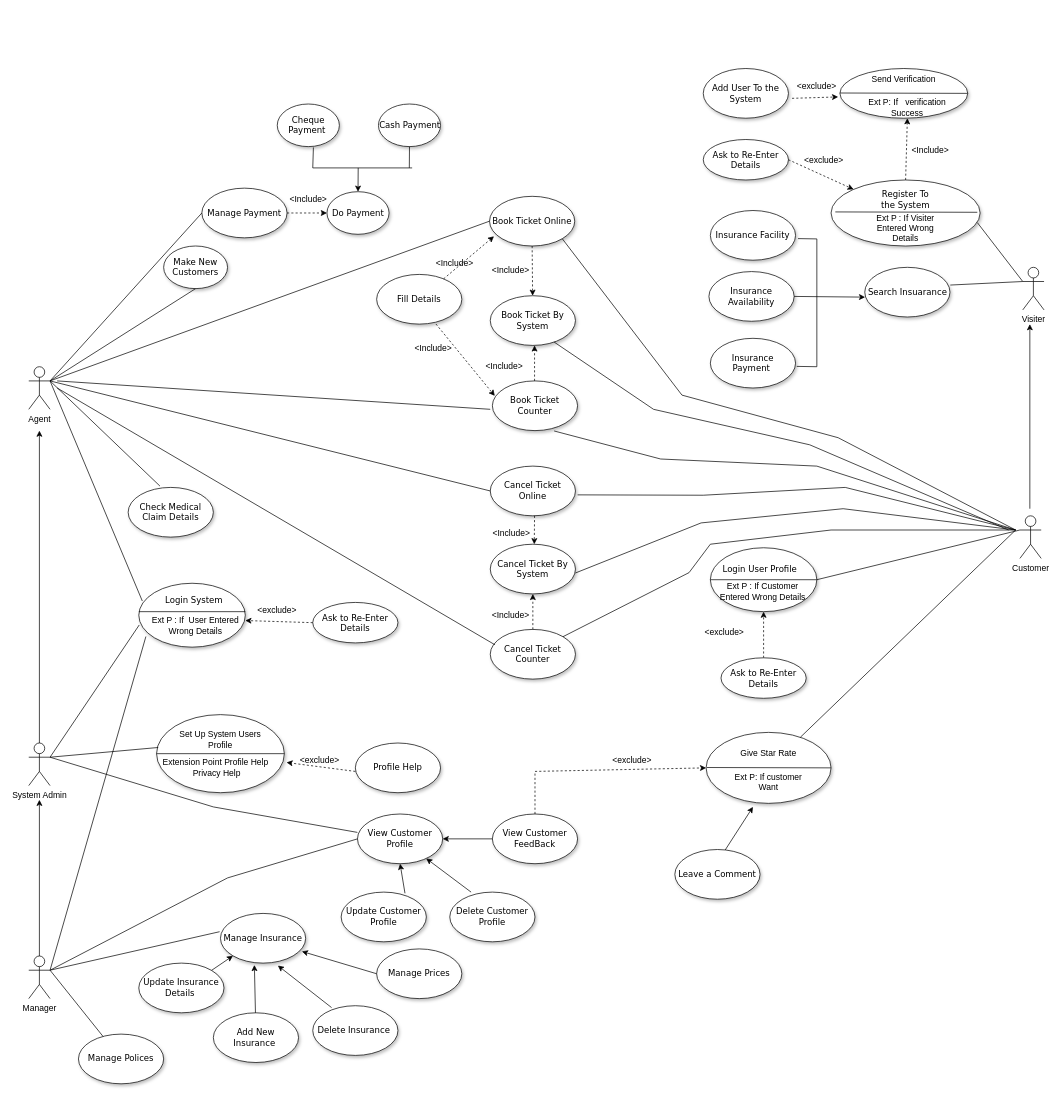
Before: Untitled Diagram.drawio in rivinduchamath/Helth-Insurance-, a draw.io diagram. Source tidied: cells renumbered, new cells numbered last; positions are measured from the earlier drawing's top-left corner, leaving out a move shared by most shapes. Both pictures are drawn from the tidied source at 71%, with x=0, y=0 at pixel (28, 68).
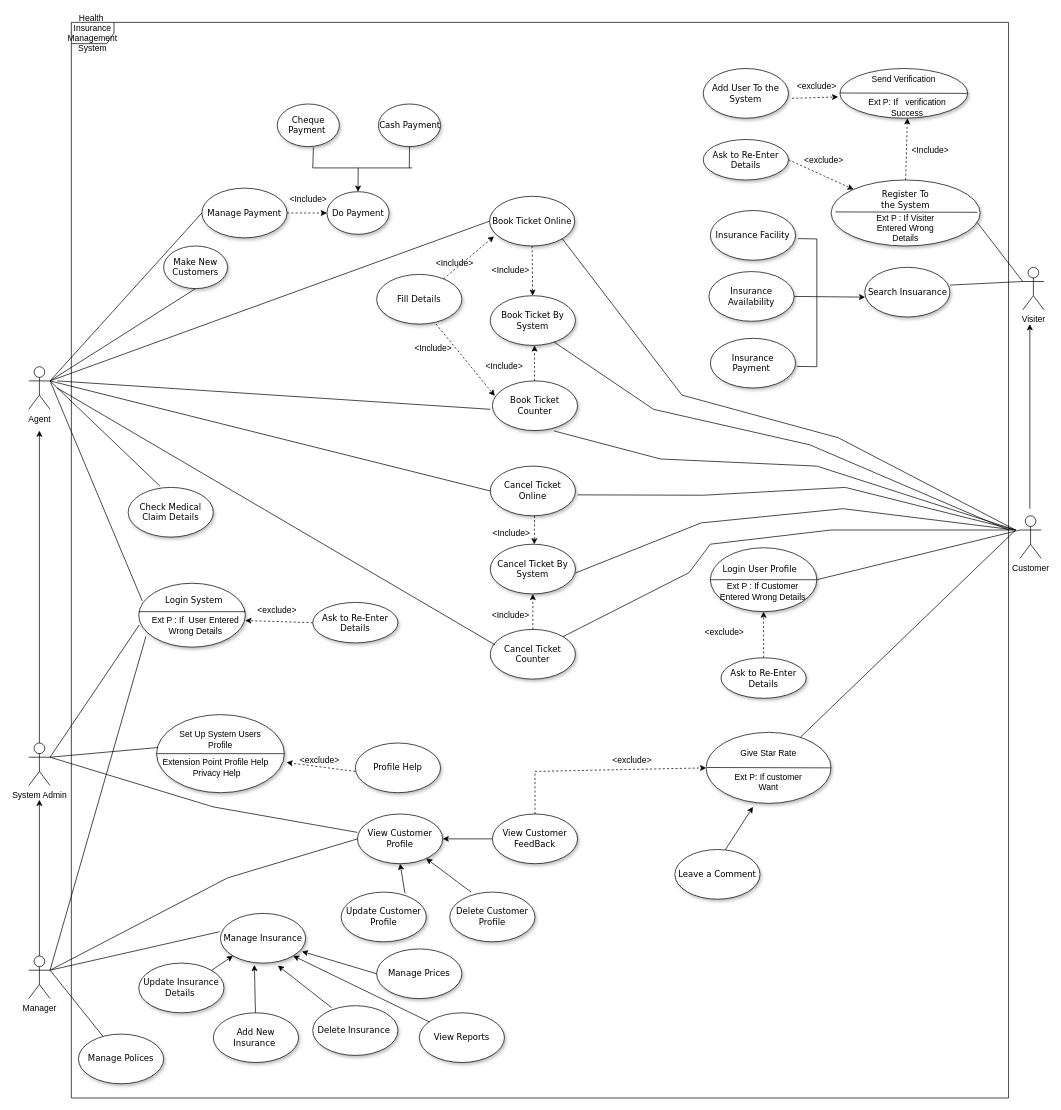
Above is the later version.

The change refers to these unchanged cells:
```xml
<mxCell id="79" value="Manage Insurance" style="ellipse;whiteSpace=wrap;html=1;rounded=0;shadow=1;comic=0;labelBackgroundColor=none;strokeWidth=1;fontFamily=Verdana;fontSize=12;align=center;" parent="1" vertex="1">
  <mxGeometry x="270" y="1190" width="120" height="70" as="geometry" />
</mxCell>
```

The edit, as a diff of the source:
```diff
@@
+    <mxCell id="136" value="Health&amp;nbsp; Insurance Management System" style="shape=umlFrame;whiteSpace=wrap;html=1;" parent="1" vertex="1">
+      <mxGeometry x="60" y="-65" width="1320" height="1515" as="geometry" />
+    </mxCell>
@@
+    <mxCell id="137" value="View Reports" style="ellipse;whiteSpace=wrap;html=1;rounded=0;shadow=1;comic=0;labelBackgroundColor=none;strokeWidth=1;fontFamily=Verdana;fontSize=12;align=center;" parent="1" vertex="1">
+      <mxGeometry x="550" y="1330" width="120" height="70" as="geometry" />
+    </mxCell>
+    <mxCell id="138" style="endArrow=classic;html=1;rounded=0;entryX=1;entryY=1;entryDx=0;entryDy=0;" parent="1" edge="1" source="137" target="79">
+      <mxGeometry relative="1" as="geometry" />
+    </mxCell>
```
